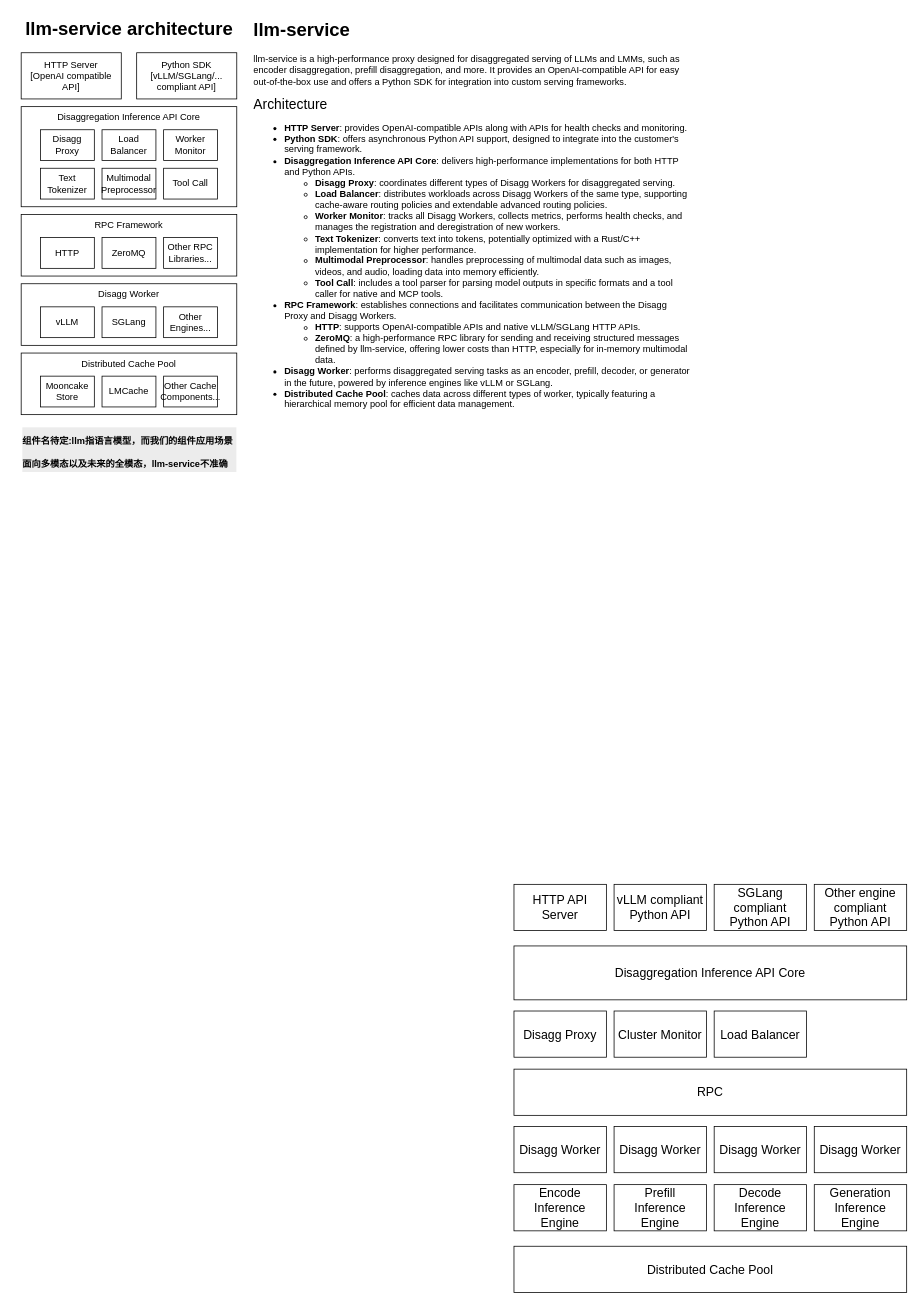
Before: llm_service_arch.drawio in wuhang2014/design_docs, a draw.io diagram. Source tidied: cells renumbered, new cells numbered last; positions are measured from the earlier drawing's top-left corner, leaving out a move shared by most shapes. Both pictures are drawn from the tidied source at 77%, with x=0, y=0 at pixel (21, 13).
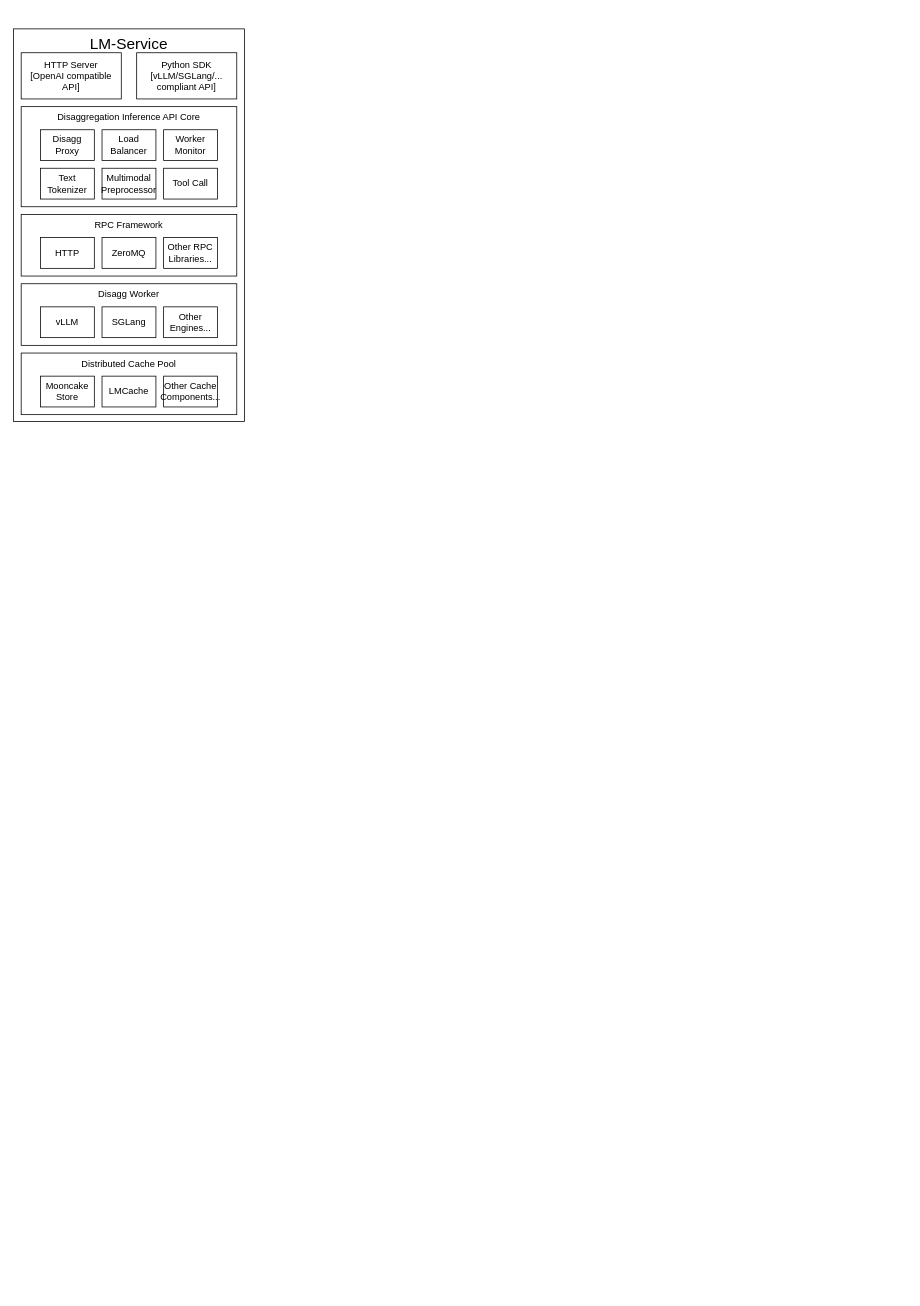
Above is the later version.

What changed in the source:
```diff
@@
+    <mxCell id="44" value="&lt;font style=&quot;font-size: 20px;&quot;&gt;LM-Service&lt;/font&gt;" style="rounded=0;whiteSpace=wrap;html=1;fontSize=12;verticalAlign=top;" parent="1" vertex="1">
+      <mxGeometry x="-10" y="20" width="300" height="510" as="geometry" />
+    </mxCell>
@@
-    <mxCell id="4" value="llm-service architecture" style="text;strokeColor=none;fillColor=none;html=1;fontSize=24;fontStyle=1;verticalAlign=middle;align=center;" parent="1" vertex="1">
-      <mxGeometry width="280" height="40" as="geometry" />
-    </mxCell>
@@
-    <mxCell id="6" value="Disaggregation Inference API Core" style="rounded=0;whiteSpace=wrap;html=1;fontSize=16;" parent="1" vertex="1">
-      <mxGeometry x="640" y="1211" width="510" height="70" as="geometry" />
-    </mxCell>
-    <mxCell id="7" value="vLLM compliant Python API" style="rounded=0;whiteSpace=wrap;html=1;fontSize=16;" parent="1" vertex="1">
-      <mxGeometry x="770" y="1131" width="120" height="60" as="geometry" />
-    </mxCell>
-    <mxCell id="8" value="SGLang compliant Python API" style="rounded=0;whiteSpace=wrap;html=1;fontSize=16;" parent="1" vertex="1">
-      <mxGeometry x="900" y="1131" width="120" height="60" as="geometry" />
-    </mxCell>
-    <mxCell id="9" value="HTTP API Server" style="rounded=0;whiteSpace=wrap;html=1;fontSize=16;" parent="1" vertex="1">
-      <mxGeometry x="640" y="1131" width="120" height="60" as="geometry" />
-    </mxCell>
-    <mxCell id="10" value="Other engine compliant Python API" style="rounded=0;whiteSpace=wrap;html=1;fontSize=16;" parent="1" vertex="1">
-      <mxGeometry x="1030" y="1131" width="120" height="60" as="geometry" />
-    </mxCell>
-    <mxCell id="11" value="Disagg Proxy" style="rounded=0;whiteSpace=wrap;html=1;fontSize=16;" parent="1" vertex="1">
-      <mxGeometry x="640" y="1295.5" width="120" height="60" as="geometry" />
-    </mxCell>
-    <mxCell id="12" value="RPC" style="rounded=0;whiteSpace=wrap;html=1;fontSize=16;" parent="1" vertex="1">
-      <mxGeometry x="640" y="1371" width="510" height="60" as="geometry" />
-    </mxCell>
-    <mxCell id="13" value="Load Balancer" style="rounded=0;whiteSpace=wrap;html=1;fontSize=16;" parent="1" vertex="1">
-      <mxGeometry x="900" y="1295.5" width="120" height="60" as="geometry" />
-    </mxCell>
-    <mxCell id="14" value="Disagg Worker" style="rounded=0;whiteSpace=wrap;html=1;fontSize=16;" parent="1" vertex="1">
-      <mxGeometry x="640" y="1445.5" width="120" height="60" as="geometry" />
-    </mxCell>
-    <mxCell id="15" value="Cluster Monitor" style="rounded=0;whiteSpace=wrap;html=1;fontSize=16;" parent="1" vertex="1">
-      <mxGeometry x="770" y="1295.5" width="120" height="60" as="geometry" />
-    </mxCell>
-    <mxCell id="16" value="Encode&lt;div&gt;Inference Engine&lt;/div&gt;" style="rounded=0;whiteSpace=wrap;html=1;fontSize=16;" parent="1" vertex="1">
-      <mxGeometry x="640" y="1521" width="120" height="60" as="geometry" />
-    </mxCell>
-    <mxCell id="17" value="Disagg Worker" style="rounded=0;whiteSpace=wrap;html=1;fontSize=16;" parent="1" vertex="1">
-      <mxGeometry x="770" y="1445.5" width="120" height="60" as="geometry" />
-    </mxCell>
-    <mxCell id="18" value="Prefill&lt;div&gt;Inference Engine&lt;/div&gt;" style="rounded=0;whiteSpace=wrap;html=1;fontSize=16;" parent="1" vertex="1">
-      <mxGeometry x="770" y="1521" width="120" height="60" as="geometry" />
-    </mxCell>
-    <mxCell id="19" value="Disagg Worker" style="rounded=0;whiteSpace=wrap;html=1;fontSize=16;" parent="1" vertex="1">
-      <mxGeometry x="900" y="1445.5" width="120" height="60" as="geometry" />
-    </mxCell>
-    <mxCell id="20" value="Decode&lt;div&gt;Inference Engine&lt;/div&gt;" style="rounded=0;whiteSpace=wrap;html=1;fontSize=16;" parent="1" vertex="1">
-      <mxGeometry x="900" y="1521" width="120" height="60" as="geometry" />
-    </mxCell>
-    <mxCell id="21" value="Distributed Cache Pool" style="rounded=0;whiteSpace=wrap;html=1;fontSize=16;" parent="1" vertex="1">
-      <mxGeometry x="640" y="1601" width="510" height="60" as="geometry" />
-    </mxCell>
-    <mxCell id="22" value="Disagg Worker" style="rounded=0;whiteSpace=wrap;html=1;fontSize=16;" parent="1" vertex="1">
-      <mxGeometry x="1030" y="1445.5" width="120" height="60" as="geometry" />
-    </mxCell>
-    <mxCell id="23" value="Generation&lt;div&gt;Inference Engine&lt;/div&gt;" style="rounded=0;whiteSpace=wrap;html=1;fontSize=16;" parent="1" vertex="1">
-      <mxGeometry x="1030" y="1521" width="120" height="60" as="geometry" />
-    </mxCell>
@@
-    <mxCell id="42" value="&lt;h1 style=&quot;margin-top: 0px;&quot;&gt;llm-service&lt;/h1&gt;&lt;p&gt;llm-service is a high-performance proxy designed for disaggregated serving of LLMs and LMMs, such as encoder disaggregation, prefill disaggregation, and more. It provides an OpenAI-compatible API for easy out-of-the-box use and offers a Python SDK for integration into custom serving frameworks.&lt;/p&gt;&lt;p&gt;&lt;font style=&quot;font-size: 18px;&quot;&gt;Architecture&lt;/font&gt;&lt;/p&gt;&lt;p&gt;&lt;/p&gt;&lt;ul&gt;&lt;li&gt;&lt;b&gt;HTTP Server&lt;/b&gt;: provides OpenAI-compatible APIs along with APIs for health checks and monitoring.&lt;/li&gt;&lt;li&gt;&lt;b&gt;Python SDK&lt;/b&gt;: offers asynchronous Python API support, designed to integrate into the customer's serving framework.&lt;/li&gt;&lt;li&gt;&lt;b&gt;Disaggregation Inference API Core&lt;/b&gt;: delivers high-performance implementations for both HTTP and Python APIs.&lt;/li&gt;&lt;ul&gt;&lt;li&gt;&lt;b&gt;Disagg Proxy&lt;/b&gt;: coordinates different types of Disagg Workers for disaggregated serving.&lt;/li&gt;&lt;li&gt;&lt;b&gt;Load Balancer&lt;/b&gt;: distributes workloads across Disagg Workers of the same type, supporting cache-aware routing policies and extendable advanced routing policies.&lt;/li&gt;&lt;li&gt;&lt;b&gt;Worker Monitor&lt;/b&gt;: tracks all Disagg Workers, collects metrics, performs health checks, and manages the registration and deregistration of new workers.&lt;/li&gt;&lt;li&gt;&lt;b&gt;Text Tokenizer&lt;/b&gt;: converts text into tokens, potentially optimized with a Rust/C++ implementation for higher performance.&lt;/li&gt;&lt;li&gt;&lt;b&gt;Multimodal Preprocessor&lt;/b&gt;: handles preprocessing of multimodal data such as images, videos, and audio, loading data into memory efficiently.&lt;/li&gt;&lt;li&gt;&lt;b&gt;Tool Call&lt;/b&gt;: includes a tool parser for parsing model outputs in specific formats and a tool caller for native and MCP tools.&lt;/li&gt;&lt;/ul&gt;&lt;li&gt;&lt;b&gt;RPC Framework&lt;/b&gt;: establishes connections and facilitates communication between the Disagg Proxy and Disagg Workers.&lt;/li&gt;&lt;ul&gt;&lt;li&gt;&lt;b&gt;HTTP&lt;/b&gt;: supports OpenAI-compatible APIs and native vLLM/SGLang HTTP APIs.&lt;/li&gt;&lt;li&gt;&lt;b&gt;ZeroMQ&lt;/b&gt;: a high-performance RPC library for sending and receiving structured messages defined by llm-service, offering lower costs than HTTP, especially for in-memory multimodal data.&lt;/li&gt;&lt;/ul&gt;&lt;li&gt;&lt;b&gt;Disagg Worker&lt;/b&gt;: performs disaggregated serving tasks as an encoder, prefill, decoder, or generator in the future, powered by inference engines like vLLM or SGLang.&lt;/li&gt;&lt;li&gt;&lt;b&gt;Distributed Cache Pool&lt;/b&gt;: caches data across different types of worker, typically featuring a hierarchical memory pool for efficient data management.&lt;/li&gt;&lt;/ul&gt;&lt;p&gt;&lt;/p&gt;" style="text;html=1;whiteSpace=wrap;overflow=hidden;rounded=0;" parent="1" vertex="1">
-      <mxGeometry x="300" y="1" width="570" height="530" as="geometry" />
-    </mxCell>
-    <mxCell id="43" value="&lt;h1 style=&quot;forced-color-adjust: none; color: rgb(0, 0, 0); font-family: Helvetica; font-style: normal; font-variant-ligatures: normal; font-variant-caps: normal; letter-spacing: normal; orphans: 2; text-align: left; text-indent: 0px; text-transform: none; widows: 2; word-spacing: 0px; -webkit-text-stroke-width: 0px; white-space: normal; background-color: rgb(236, 236, 236); text-decoration-thickness: initial; text-decoration-style: initial; text-decoration-color: initial; margin-top: 0px;&quot;&gt;&lt;font style=&quot;forced-color-adjust: none; font-size: 12px;&quot;&gt;组件名待定:llm指语言模型，而我们的组件应用场景面向多模态以及未来的全模态，llm-service不准确&lt;/font&gt;&lt;/h1&gt;" style="text;whiteSpace=wrap;html=1;" parent="1" vertex="1">
-      <mxGeometry y="531" width="280" height="100" as="geometry" />
-    </mxCell>
```
